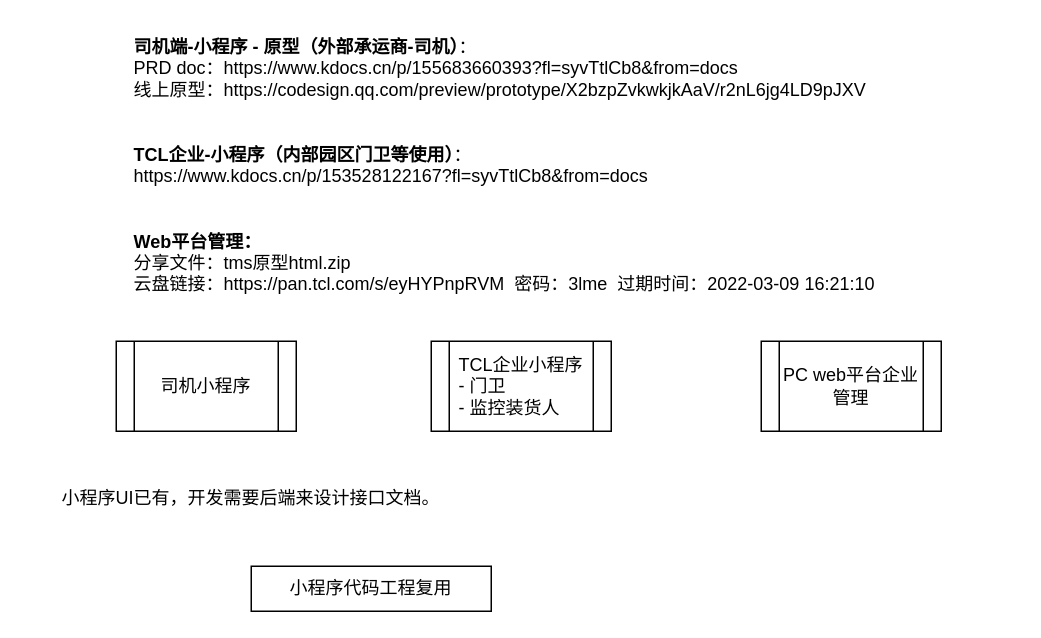
Earlier version of the draw.io diagram page "触点端" (1 of 10) of TMS.drawio (lawplus/diagrams). Source tidied: cells renumbered, new cells numbered last; positions are measured from the earlier drawing's top-left corner, leaving out a move shared by most shapes. Both pictures are drawn from the tidied source at 150%, with x=0, y=0 at pixel (26, 26).
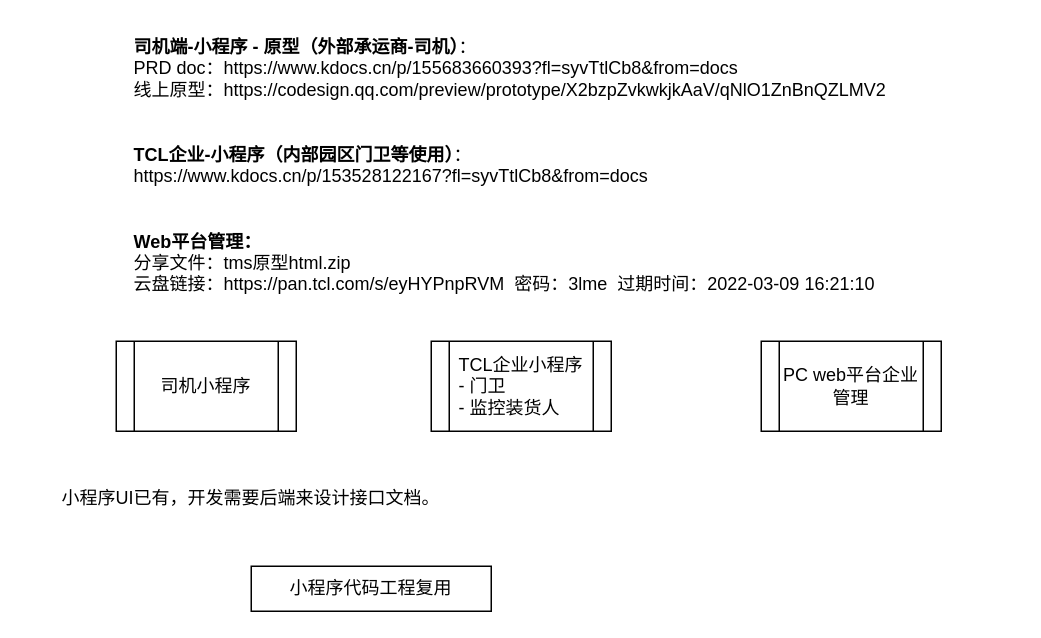
The same page after the edit.

Change to the diagram source:
```diff
@@
 <mxGraphModel>
   <root>
     <mxCell id="0" />
     <mxCell id="1" parent="0" />
-    <mxCell id="2" value="&lt;b&gt;司机端-小程序 - 原型（外部承运商-司机）&lt;/b&gt;：&amp;nbsp;&lt;br&gt;PRD doc：https://www.kdocs.cn/p/155683660393?fl=syvTtlCb8&amp;amp;from=docs &lt;br&gt;线上原型：https://codesign.qq.com/preview/prototype/X2bzpZvkwkjkAaV/r2nL6jg4LD9pJXV&lt;br&gt;&lt;br&gt;&lt;br&gt;&lt;b&gt;TCL企业-小程序（内部园区门卫等使用）&lt;/b&gt;：&lt;br&gt;https://www.kdocs.cn/p/153528122167?fl=syvTtlCb8&amp;amp;from=docs&lt;br&gt;&lt;br&gt;&lt;br&gt;&lt;b&gt;Web平台管理：&lt;/b&gt;&lt;br&gt;&lt;div&gt;分享文件：tms原型html.zip&lt;/div&gt;&lt;div&gt;云盘链接：https://pan.tcl.com/s/eyHYPnpRVM&amp;nbsp; 密码：3lme&amp;nbsp; 过期时间：2022-03-09 16:21:10&lt;/div&gt;" style="text;whiteSpace=wrap;html=1;" parent="1" vertex="1">
+    <mxCell id="2" value="&lt;b&gt;司机端-小程序 - 原型（外部承运商-司机）&lt;/b&gt;：&amp;nbsp;&lt;br&gt;PRD doc：https://www.kdocs.cn/p/155683660393?fl=syvTtlCb8&amp;amp;from=docs &lt;br&gt;线上原型：https://codesign.qq.com/preview/prototype/X2bzpZvkwkjkAaV/qNlO1ZnBnQZLMV2&lt;br&gt;&lt;br&gt;&lt;br&gt;&lt;b&gt;TCL企业-小程序（内部园区门卫等使用）&lt;/b&gt;：&lt;br&gt;https://www.kdocs.cn/p/153528122167?fl=syvTtlCb8&amp;amp;from=docs&lt;br&gt;&lt;br&gt;&lt;br&gt;&lt;b&gt;Web平台管理：&lt;/b&gt;&lt;br&gt;&lt;div&gt;分享文件：tms原型html.zip&lt;/div&gt;&lt;div&gt;云盘链接：https://pan.tcl.com/s/eyHYPnpRVM&amp;nbsp; 密码：3lme&amp;nbsp; 过期时间：2022-03-09 16:21:10&lt;/div&gt;" style="text;whiteSpace=wrap;html=1;" parent="1" vertex="1">
       <mxGeometry x="70" width="590" height="200" as="geometry" />
     </mxCell>
     <mxCell id="3" value="司机小程序" style="shape=process;whiteSpace=wrap;html=1;backgroundOutline=1;" parent="1" vertex="1">
       <mxGeometry x="60" y="210" width="120" height="60" as="geometry" />
     </mxCell>
     <mxCell id="4" value="TCL企业小程序&lt;br&gt;&lt;div style=&quot;text-align: left&quot;&gt;&lt;span&gt;- 门卫&lt;/span&gt;&lt;/div&gt;&lt;div style=&quot;text-align: left&quot;&gt;&lt;span&gt;- 监控装货人&lt;/span&gt;&lt;/div&gt;" style="shape=process;whiteSpace=wrap;html=1;backgroundOutline=1;" parent="1" vertex="1">
       <mxGeometry x="270" y="210" width="120" height="60" as="geometry" />
     </mxCell>
     <mxCell id="5" value="小程序代码工程复用" style="rounded=0;whiteSpace=wrap;html=1;" parent="1" vertex="1">
       <mxGeometry x="150" y="360" width="160" height="30" as="geometry" />
     </mxCell>
     <mxCell id="6" value="PC web平台企业管理" style="shape=process;whiteSpace=wrap;html=1;backgroundOutline=1;" parent="1" vertex="1">
       <mxGeometry x="490" y="210" width="120" height="60" as="geometry" />
     </mxCell>
     <mxCell id="7" value="小程序UI已有，开发需要后端来设计接口文档。" style="text;html=1;strokeColor=none;fillColor=none;align=center;verticalAlign=middle;whiteSpace=wrap;rounded=0;" parent="1" vertex="1">
       <mxGeometry y="300" width="300" height="30" as="geometry" />
     </mxCell>
   </root>
 </mxGraphModel>
```
